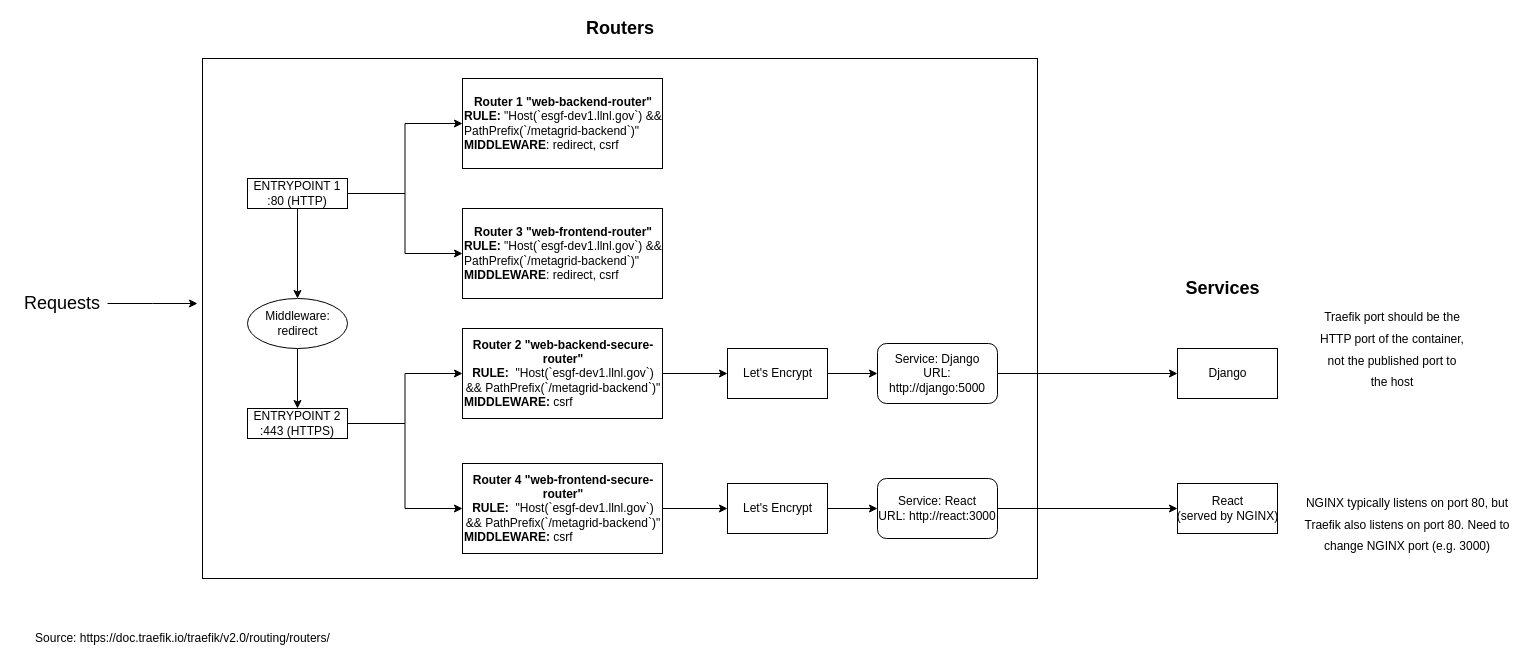
Above: MetaGrid/Architecture Diagrams/Traefik Proxy.drawio in tomvothecoder/drawio (draw.io), before the change. Source tidied: cells renumbered, new cells numbered last; positions are measured from the earlier drawing's top-left corner, leaving out a move shared by most shapes. Both pictures are drawn from the tidied source at 100%, with x=0, y=0 at pixel (17, 18).
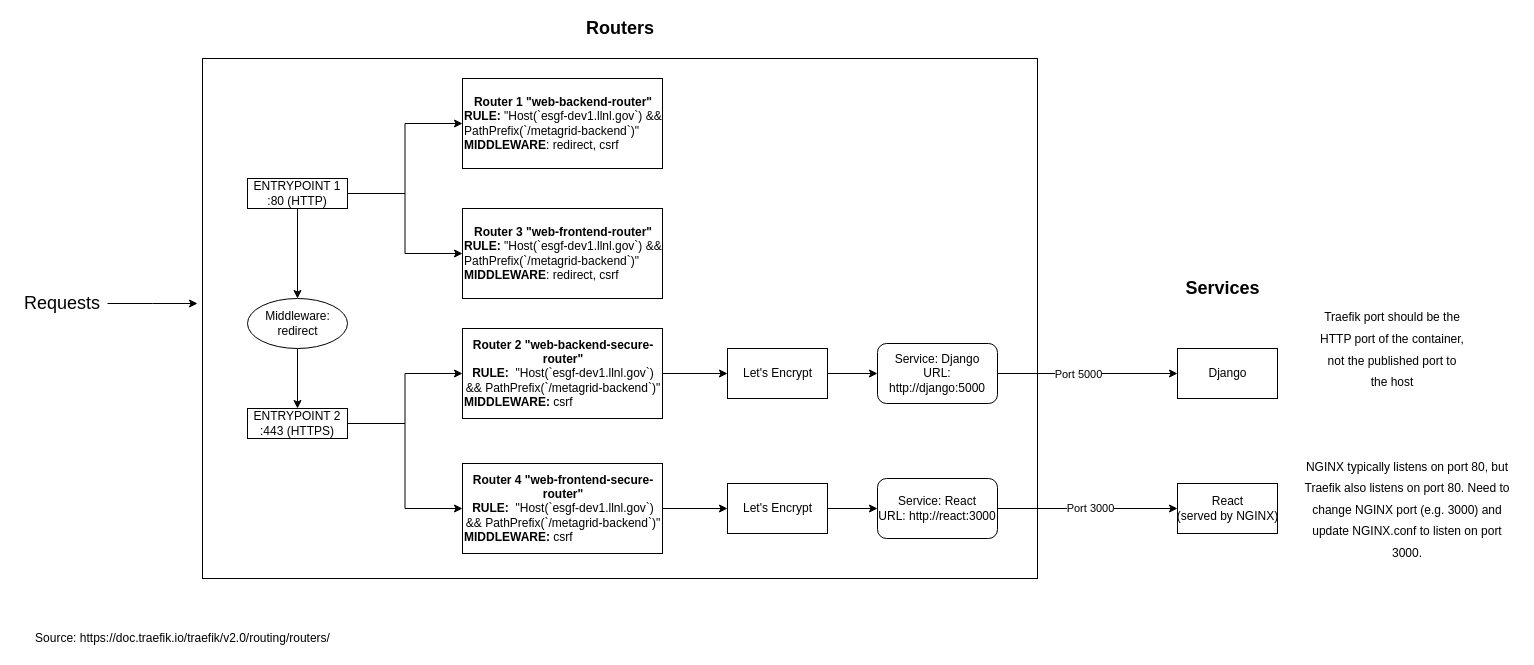
The same page after the edit.

Commit message:
Update traefik proxy diagram

Unchanged cells that the change refers to:
```xml
<mxCell id="20" style="edgeStyle=orthogonalEdgeStyle;rounded=0;jettySize=auto;html=1;exitX=1;exitY=0.5;exitDx=0;exitDy=0;" parent="1" edge="1" source="21" target="30">
  <mxGeometry relative="1" as="geometry" />
</mxCell>
<mxCell id="22" style="edgeStyle=orthogonalEdgeStyle;rounded=0;jettySize=auto;html=1;exitX=1;exitY=0.5;exitDx=0;exitDy=0;" parent="1" edge="1" source="23" target="29">
  <mxGeometry relative="1" as="geometry" />
</mxCell>
```

Change to the diagram source:
```diff
@@
+    <mxCell id="35" value="Port 5000" style="edgeLabel;html=1;align=center;verticalAlign=middle;" parent="20" vertex="1">
+      <mxGeometry x="-0.26" y="-4" relative="1" as="geometry">
+        <mxPoint x="13" y="-4" as="offset" />
+      </mxGeometry>
+    </mxCell>
@@
+    <mxCell id="36" value="Port 3000" style="edgeLabel;html=1;align=center;verticalAlign=middle;" parent="22" vertex="1">
+      <mxGeometry x="0.02" y="1" relative="1" as="geometry" />
+    </mxCell>
@@
-    <mxCell id="33" value="&lt;font style=&quot;font-size: 12px&quot;&gt;NGINX typically listens on port 80, but Traefik also listens on port 80. Need to change NGINX port (e.g. 3000)&lt;/font&gt;" style="text;html=1;strokeColor=none;fillColor=none;align=center;verticalAlign=middle;whiteSpace=wrap;rounded=0;fontSize=18;" parent="1" vertex="1">
-      <mxGeometry x="1280" y="465" width="220" height="80" as="geometry" />
+    <mxCell id="33" value="&lt;font style=&quot;font-size: 12px&quot;&gt;NGINX typically listens on port 80, but Traefik also listens on port 80. Need to change NGINX port (e.g. 3000) and update NGINX.conf to listen on port 3000.&lt;/font&gt;" style="text;html=1;strokeColor=none;fillColor=none;align=center;verticalAlign=middle;whiteSpace=wrap;rounded=0;fontSize=18;" parent="1" vertex="1">
+      <mxGeometry x="1280" y="450" width="220" height="80" as="geometry" />
     </mxCell>
```
